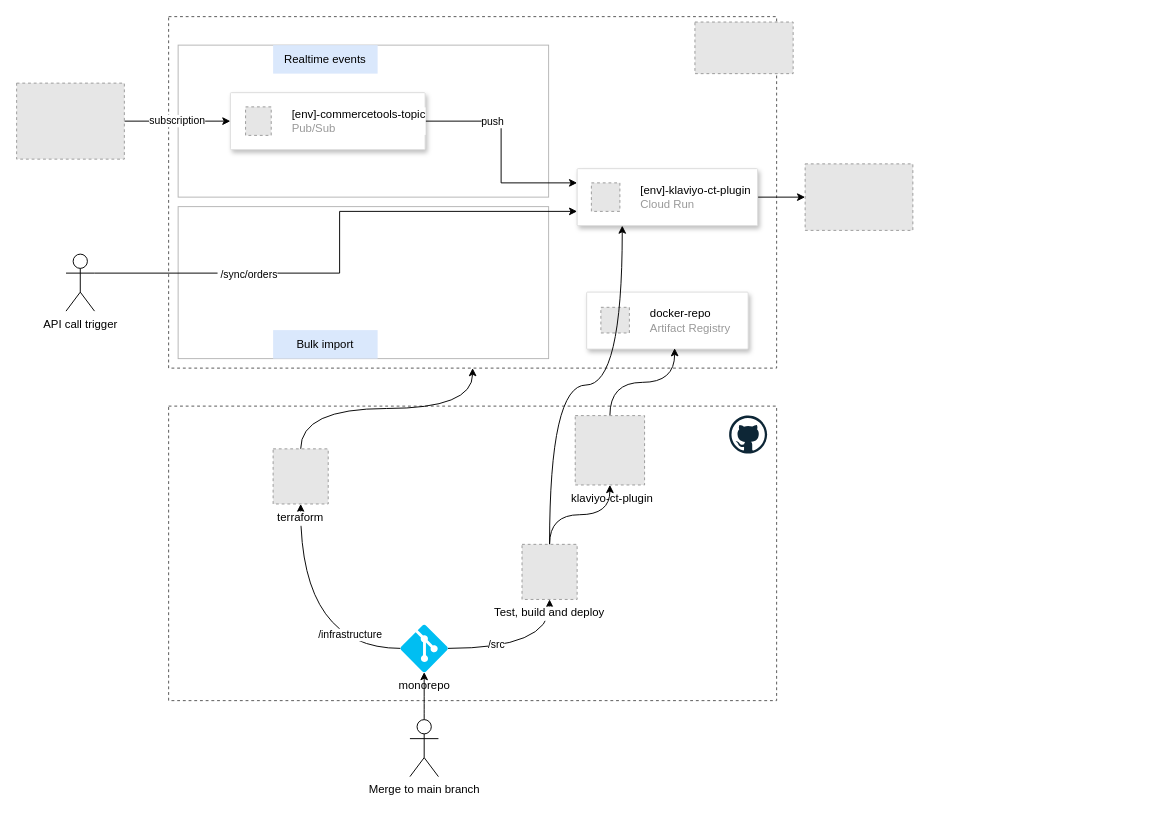
Before: docs/img/infra_sample.drawio in klaviyo/commercetools-klaviyo, a draw.io diagram. Source tidied: cells renumbered, new cells numbered last; positions are measured from the earlier drawing's top-left corner, leaving out a move shared by most shapes. Both pictures are drawn from the tidied source at 95%, with x=0, y=0 at pixel (16, 16). Pictures stored in the file or linked from it are replaced by grey dashed boxes.
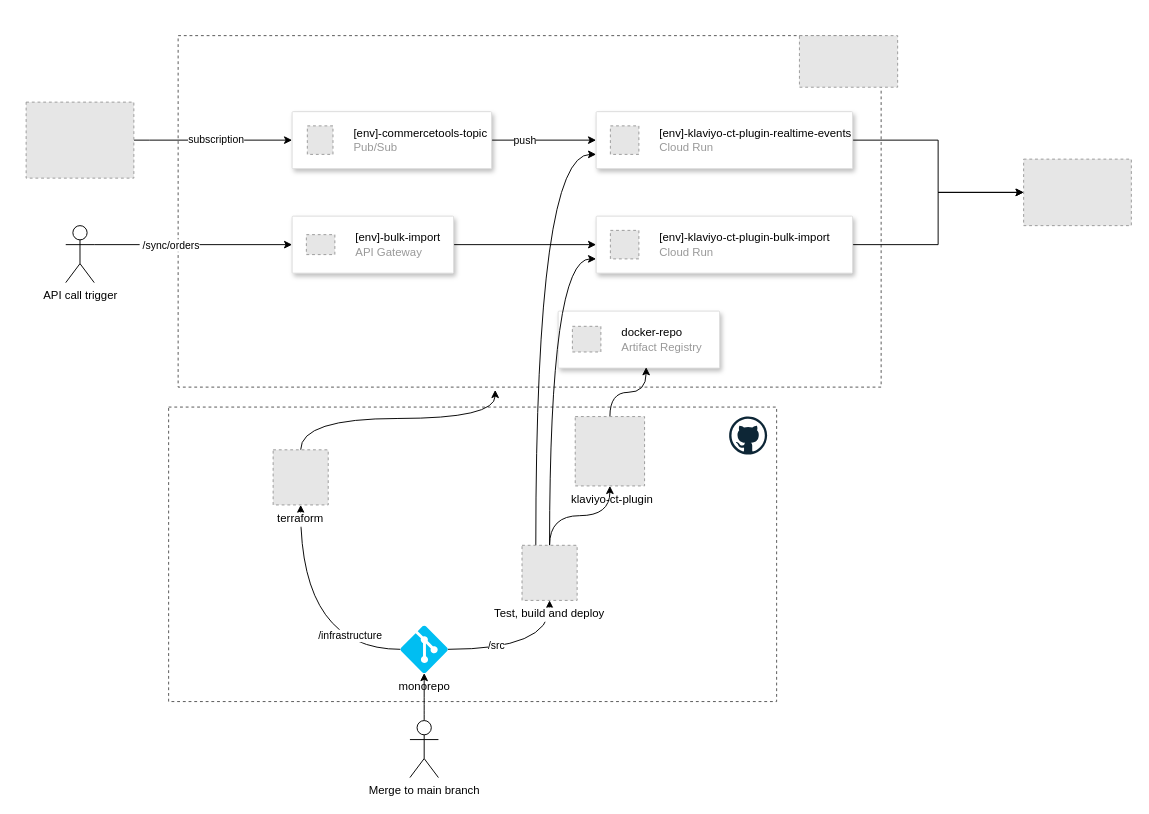
The same page after the edit.

Change to the diagram source:
```diff
@@
     <mxCell id="2" style="rounded=0;whiteSpace=wrap;html=1;strokeColor=#545454;dashed=1;" parent="1" vertex="1">
-      <mxGeometry x="160" width="640" height="370" as="geometry" />
+      <mxGeometry x="170" y="20" width="740" height="370" as="geometry" />
     </mxCell>
-    <mxCell id="3" style="rounded=0;whiteSpace=wrap;html=1;fillColor=none;strokeColor=#B5B5B5;" parent="1" vertex="1">
-      <mxGeometry x="170" y="30" width="390" height="160" as="geometry" />
-    </mxCell>
     <mxCell id="4" style="edgeStyle=orthogonalEdgeStyle;rounded=0;jettySize=auto;html=1;" parent="1" edge="1" source="6" target="19">
       <mxGeometry relative="1" as="geometry">
         <Array as="points">
-          <mxPoint x="170" y="110" />
-          <mxPoint x="170" y="110" />
+          <mxPoint x="140" y="130" />
+          <mxPoint x="140" y="130" />
         </Array>
       </mxGeometry>
     </mxCell>
@@
     <mxCell id="6" style="fillColor=#E6E6E6;strokeColor=#999999;dashed=1;verticalLabelPosition=bottom;labelBackgroundColor=default;verticalAlign=top;" parent="1" vertex="1">
-      <mxGeometry y="70" width="113.4" height="80" as="geometry" />
+      <mxGeometry x="10" y="90" width="113.4" height="80" as="geometry" />
     </mxCell>
-    <mxCell id="7" style="edgeStyle=orthogonalEdgeStyle;rounded=0;jettySize=auto;html=1;entryX=0;entryY=0.25;entryDx=0;entryDy=0;exitX=1;exitY=0.5;exitDx=0;exitDy=0;" parent="1" edge="1" source="19" target="17">
+    <mxCell id="7" style="edgeStyle=orthogonalEdgeStyle;rounded=0;jettySize=auto;html=1;entryX=0;entryY=0.5;entryDx=0;entryDy=0;exitX=1;exitY=0.5;exitDx=0;exitDy=0;" parent="1" edge="1" source="19" target="17">
       <mxGeometry relative="1" as="geometry" />
     </mxCell>
@@
     <mxCell id="10" style="fillColor=#E6E6E6;strokeColor=#999999;dashed=1;verticalLabelPosition=bottom;labelBackgroundColor=default;verticalAlign=top;" parent="1" vertex="1">
-      <mxGeometry x="830" y="155" width="113.4" height="70" as="geometry" />
+      <mxGeometry x="1060" y="150" width="113.4" height="70" as="geometry" />
     </mxCell>
-    <mxCell id="11" value="Realtime events" style="text;html=1;strokeColor=none;fillColor=#dae8fc;align=center;verticalAlign=middle;whiteSpace=wrap;rounded=0;" parent="1" vertex="1">
-      <mxGeometry x="270" y="30" width="110" height="30" as="geometry" />
-    </mxCell>
-    <mxCell id="12" style="rounded=0;whiteSpace=wrap;html=1;fillColor=none;strokeColor=#B5B5B5;" parent="1" vertex="1">
-      <mxGeometry x="170" y="200" width="390" height="160" as="geometry" />
-    </mxCell>
-    <mxCell id="13" style="edgeStyle=orthogonalEdgeStyle;rounded=0;jettySize=auto;html=1;exitX=1;exitY=0.3333333333333333;exitDx=0;exitDy=0;exitPerimeter=0;" parent="1" edge="1" source="15" target="17">
-      <mxGeometry relative="1" as="geometry">
-        <Array as="points">
-          <mxPoint x="340" y="270" />
-          <mxPoint x="340" y="205" />
-        </Array>
-      </mxGeometry>
+    <mxCell id="13" style="edgeStyle=orthogonalEdgeStyle;rounded=0;jettySize=auto;html=1;exitX=1;exitY=0.3333333333333333;exitDx=0;exitDy=0;exitPerimeter=0;entryX=0;entryY=0.5;entryDx=0;entryDy=0;" parent="1" edge="1" source="15" target="45">
+      <mxGeometry relative="1" as="geometry" />
     </mxCell>
     <mxCell id="14" value="&amp;nbsp;/sync/orders" style="edgeLabel;html=1;align=center;verticalAlign=middle;" parent="13" vertex="1">
-      <mxGeometry x="-0.44" y="-1" relative="1" as="geometry" />
+      <mxGeometry x="-0.44" y="-1" relative="1" as="geometry">
+        <mxPoint x="21" y="-1" as="offset" />
+      </mxGeometry>
     </mxCell>
     <mxCell id="15" value="API call trigger" style="shape=umlActor;verticalLabelPosition=bottom;verticalAlign=top;html=1;outlineConnect=0;" parent="1" vertex="1">
-      <mxGeometry x="52" y="250" width="30" height="60" as="geometry" />
+      <mxGeometry x="51.7" y="220" width="30" height="60" as="geometry" />
     </mxCell>
-    <mxCell id="16" value="Bulk import" style="text;html=1;strokeColor=none;fillColor=#dae8fc;align=center;verticalAlign=middle;whiteSpace=wrap;rounded=0;" parent="1" vertex="1">
-      <mxGeometry x="270" y="330" width="110" height="30" as="geometry" />
-    </mxCell>
     <mxCell id="17" style="strokeColor=#dddddd;shadow=1;strokeWidth=1;rounded=1;absoluteArcSize=1;arcSize=2;" parent="1" vertex="1">
-      <mxGeometry x="590" y="160" width="190" height="60" as="geometry" />
+      <mxGeometry x="610" y="100" width="270" height="60" as="geometry" />
     </mxCell>
-    <mxCell id="18" value="&lt;font color=&quot;#000000&quot;&gt;[env]-klaviyo-ct-plugin&#9;&lt;/font&gt;&lt;br&gt;Cloud Run" style="fillColor=#E6E6E6;strokeColor=#999999;dashed=1;html=1;fontColor=#999999;verticalLabelPosition=middle;labelBackgroundColor=#ffffff;verticalAlign=middle;labelPosition=right;align=left;spacingLeft=20;" parent="17" vertex="1">
+    <mxCell id="18" value="&lt;font color=&quot;#000000&quot;&gt;[env]-klaviyo-ct-plugin-realtime-events&lt;/font&gt;&lt;br&gt;Cloud Run" style="fillColor=#E6E6E6;strokeColor=#999999;dashed=1;html=1;fontColor=#999999;verticalLabelPosition=middle;labelBackgroundColor=#ffffff;verticalAlign=middle;labelPosition=right;align=left;spacingLeft=20;" parent="17" vertex="1">
       <mxGeometry width="30" height="30" relative="1" as="geometry">
         <mxPoint x="15" y="15" as="offset" />
       </mxGeometry>
     </mxCell>
     <mxCell id="19" style="strokeColor=#dddddd;shadow=1;strokeWidth=1;rounded=1;absoluteArcSize=1;arcSize=2;" parent="1" vertex="1">
-      <mxGeometry x="225" y="80" width="205" height="60" as="geometry" />
+      <mxGeometry x="290" y="100" width="210" height="60" as="geometry" />
     </mxCell>
@@
     <mxCell id="21" style="fillColor=#E6E6E6;strokeColor=#999999;dashed=1;verticalLabelPosition=bottom;labelBackgroundColor=default;verticalAlign=top;" parent="1" vertex="1">
-      <mxGeometry x="714" y="5.7" width="103.4" height="54.3" as="geometry" />
+      <mxGeometry x="824" y="20" width="103.4" height="54.3" as="geometry" />
     </mxCell>
     <mxCell id="22" style="strokeColor=#dddddd;shadow=1;strokeWidth=1;rounded=1;absoluteArcSize=1;arcSize=2;" parent="1" vertex="1">
-      <mxGeometry x="600" y="290" width="170" height="60" as="geometry" />
+      <mxGeometry x="570" y="310" width="170" height="60" as="geometry" />
     </mxCell>
@@
     <mxCell id="24" style="rounded=0;whiteSpace=wrap;html=1;strokeColor=#545454;dashed=1;" parent="1" vertex="1">
-      <mxGeometry x="160" y="410" width="640" height="310" as="geometry" />
+      <mxGeometry x="160" y="411" width="640" height="310" as="geometry" />
     </mxCell>
     <mxCell id="25" style="dashed=0;html=1;align=center;labelPosition=center;verticalLabelPosition=bottom;verticalAlign=top;shape=mxgraph.weblogos.github;" parent="1" vertex="1">
-      <mxGeometry x="750" y="420" width="40" height="40" as="geometry" />
+      <mxGeometry x="750" y="421" width="40" height="40" as="geometry" />
     </mxCell>
@@
     <mxCell id="27" value="Merge to main branch" style="shape=umlActor;verticalLabelPosition=bottom;verticalAlign=top;html=1;outlineConnect=0;" parent="1" vertex="1">
-      <mxGeometry x="414" y="740" width="30" height="60" as="geometry" />
+      <mxGeometry x="414" y="741" width="30" height="60" as="geometry" />
     </mxCell>
@@
     <mxCell id="29" value="&amp;nbsp;klaviyo-ct-plugin&#9;" style="fillColor=#E6E6E6;strokeColor=#999999;dashed=1;html=1;verticalAlign=top;verticalLabelPosition=bottom;labelBackgroundColor=#ffffff;" parent="1" vertex="1">
-      <mxGeometry x="588" y="420" width="73" height="73" as="geometry" />
+      <mxGeometry x="588" y="421" width="73" height="73" as="geometry" />
     </mxCell>
@@
     <mxCell id="34" value="monorepo" style="verticalLabelPosition=bottom;html=1;verticalAlign=top;align=center;strokeColor=none;fillColor=#00BEF2;shape=mxgraph.azure.git_repository;dashed=1;" parent="1" vertex="1">
-      <mxGeometry x="404" y="640" width="50" height="50" as="geometry" />
+      <mxGeometry x="404" y="641" width="50" height="50" as="geometry" />
     </mxCell>
@@
-    <mxCell id="36" style="edgeStyle=orthogonalEdgeStyle;curved=1;rounded=0;jettySize=auto;html=1;entryX=0.25;entryY=1;entryDx=0;entryDy=0;" parent="1" edge="1" source="37" target="17">
+    <mxCell id="36" style="edgeStyle=orthogonalEdgeStyle;curved=1;rounded=0;jettySize=auto;html=1;entryX=0;entryY=0.75;entryDx=0;entryDy=0;exitX=0.5;exitY=0;exitDx=0;exitDy=0;" parent="1" edge="1" source="37" target="42">
       <mxGeometry relative="1" as="geometry" />
     </mxCell>
+    <mxCell id="40" style="edgeStyle=orthogonalEdgeStyle;rounded=0;jettySize=auto;html=1;entryX=0;entryY=0.75;entryDx=0;entryDy=0;curved=1;exitX=0.25;exitY=0;exitDx=0;exitDy=0;" parent="1" edge="1" source="37" target="17">
+      <mxGeometry relative="1" as="geometry" />
+    </mxCell>
     <mxCell id="37" value="Test, build and deploy" style="fillColor=#E6E6E6;strokeColor=#999999;dashed=1;verticalLabelPosition=bottom;labelBackgroundColor=default;verticalAlign=top;" parent="1" vertex="1">
-      <mxGeometry x="532" y="555.5" width="58" height="58" as="geometry" />
+      <mxGeometry x="532" y="556.5" width="58" height="58" as="geometry" />
     </mxCell>
-    <mxCell id="38" style="edgeStyle=orthogonalEdgeStyle;curved=1;rounded=0;jettySize=auto;html=1;" parent="1" edge="1" source="39" target="2">
+    <mxCell id="38" style="edgeStyle=orthogonalEdgeStyle;curved=1;rounded=0;jettySize=auto;html=1;entryX=0.451;entryY=1.008;entryDx=0;entryDy=0;entryPerimeter=0;" parent="1" edge="1" source="39" target="2">
       <mxGeometry relative="1" as="geometry" />
     </mxCell>
     <mxCell id="39" value="terraform" style="fillColor=#E6E6E6;strokeColor=#999999;dashed=1;verticalLabelPosition=bottom;labelBackgroundColor=default;verticalAlign=top;" parent="1" vertex="1">
-      <mxGeometry x="270" y="455" width="58" height="58" as="geometry" />
+      <mxGeometry x="270" y="456" width="58" height="58" as="geometry" />
     </mxCell>
+    <mxCell id="41" style="edgeStyle=orthogonalEdgeStyle;rounded=0;jettySize=auto;html=1;entryX=0;entryY=0.5;entryDx=0;entryDy=0;" parent="1" edge="1" source="42" target="10">
+      <mxGeometry relative="1" as="geometry" />
+    </mxCell>
+    <mxCell id="42" style="strokeColor=#dddddd;shadow=1;strokeWidth=1;rounded=1;absoluteArcSize=1;arcSize=2;" parent="1" vertex="1">
+      <mxGeometry x="610" y="210" width="270" height="60" as="geometry" />
+    </mxCell>
+    <mxCell id="43" value="&lt;font color=&quot;#000000&quot;&gt;[env]-klaviyo-ct-plugin-bulk-import&lt;/font&gt;&lt;br&gt;Cloud Run" style="fillColor=#E6E6E6;strokeColor=#999999;dashed=1;html=1;fontColor=#999999;verticalLabelPosition=middle;labelBackgroundColor=#ffffff;verticalAlign=middle;labelPosition=right;align=left;spacingLeft=20;" parent="42" vertex="1">
+      <mxGeometry width="30" height="30" relative="1" as="geometry">
+        <mxPoint x="15" y="15" as="offset" />
+      </mxGeometry>
+    </mxCell>
+    <mxCell id="44" style="edgeStyle=orthogonalEdgeStyle;rounded=0;jettySize=auto;html=1;" parent="1" edge="1" source="45" target="42">
+      <mxGeometry relative="1" as="geometry" />
+    </mxCell>
+    <mxCell id="45" style="strokeColor=#dddddd;shadow=1;strokeWidth=1;rounded=1;absoluteArcSize=1;arcSize=2;" parent="1" vertex="1">
+      <mxGeometry x="290" y="210" width="170" height="60" as="geometry" />
+    </mxCell>
+    <mxCell id="46" value="&lt;font color=&quot;#000000&quot;&gt;[env]-bulk-import&lt;/font&gt;&lt;br&gt;API Gateway" style="fillColor=#E6E6E6;strokeColor=#999999;dashed=1;html=1;fontColor=#999999;verticalLabelPosition=middle;labelBackgroundColor=#ffffff;verticalAlign=middle;labelPosition=right;align=left;spacingLeft=20;" parent="45" vertex="1">
+      <mxGeometry width="30" height="21" relative="1" as="geometry">
+        <mxPoint x="15" y="19.5" as="offset" />
+      </mxGeometry>
+    </mxCell>
```
